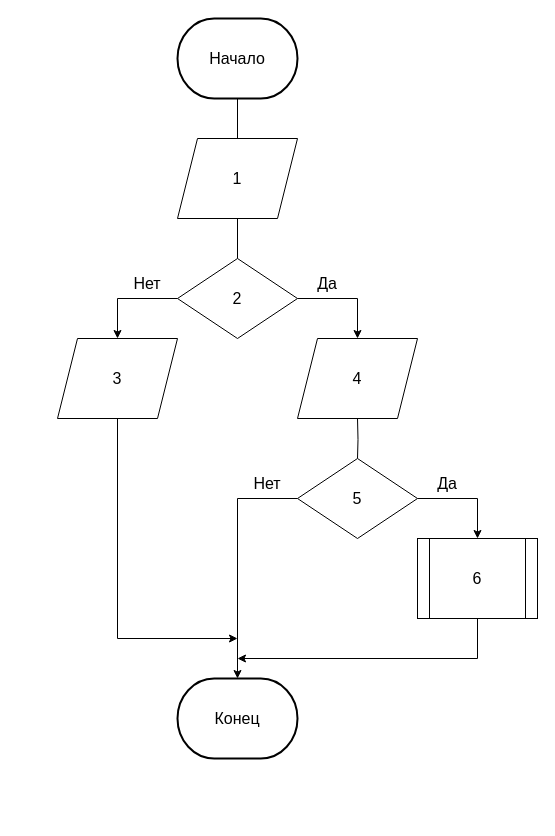
This is блок-схемы/рисунок 14.drawio from ZakharTS/kpo_course, a draw.io file, before an edit. Source tidied: cells renumbered, new cells numbered last; positions are measured from the earlier drawing's top-left corner, leaving out a move shared by most shapes. Both pictures are drawn from the tidied source at 100%, with x=0, y=0 at pixel (57, 18).
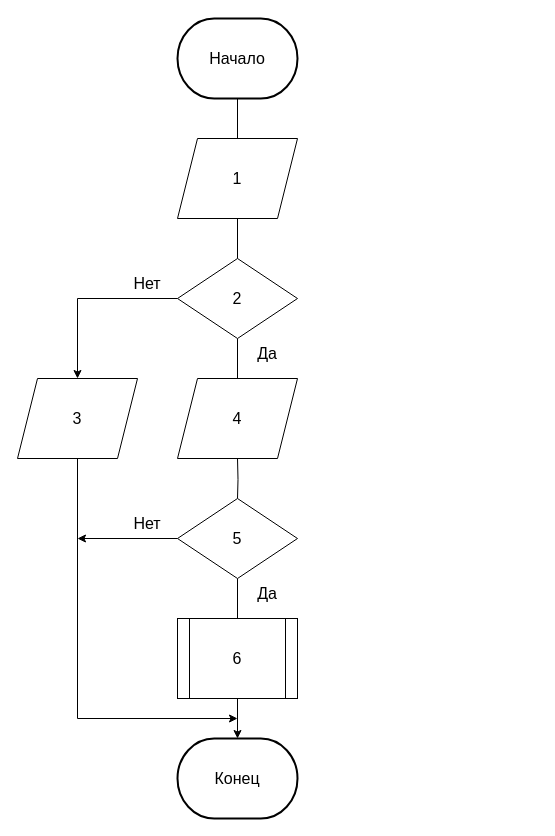
The same diagram, later.

The change refers to these unchanged cells:
```xml
<mxCell id="6" value="2" style="rhombus;whiteSpace=wrap;html=1;fontSize=16;" parent="1" vertex="1">
  <mxGeometry x="120" y="240" width="120" height="80" as="geometry" />
</mxCell>
```

The edit, as a diff of the source:
```diff
@@
-    <mxCell id="4" style="edgeStyle=orthogonalEdgeStyle;rounded=0;jettySize=auto;html=1;entryX=0.5;entryY=0;entryDx=0;entryDy=0;fontSize=16;" parent="1" edge="1" source="6">
-      <mxGeometry relative="1" as="geometry">
-        <mxPoint x="300" y="320" as="targetPoint" />
-        <Array as="points">
-          <mxPoint x="300" y="280" />
-        </Array>
-      </mxGeometry>
-    </mxCell>
-    <mxCell id="5" style="edgeStyle=orthogonalEdgeStyle;rounded=0;jettySize=auto;html=1;entryX=0.5;entryY=0;entryDx=0;entryDy=0;fontSize=16;" parent="1" edge="1" source="6">
+    <mxCell id="5" style="edgeStyle=orthogonalEdgeStyle;rounded=0;jettySize=auto;html=1;entryX=0.5;entryY=0;entryDx=0;entryDy=0;fontSize=16;" parent="1" edge="1" source="6" target="10">
       <mxGeometry relative="1" as="geometry">
-        <mxPoint x="60" y="320" as="targetPoint" />
         <Array as="points">
-          <mxPoint x="60" y="280" />
+          <mxPoint x="20" y="280" />
         </Array>
       </mxGeometry>
     </mxCell>
+    <mxCell id="23" style="edgeStyle=orthogonalEdgeStyle;rounded=0;jettySize=auto;html=1;entryX=0.5;entryY=0;entryDx=0;entryDy=0;endArrow=none;endFill=0;" parent="1" edge="1" source="6" target="22">
+      <mxGeometry relative="1" as="geometry" />
+    </mxCell>
@@
     <mxCell id="7" value="Да" style="text;html=1;strokeColor=none;fillColor=none;align=center;verticalAlign=middle;whiteSpace=wrap;rounded=0;fontSize=16;" parent="1" vertex="1">
-      <mxGeometry x="240" y="250" width="60" height="30" as="geometry" />
+      <mxGeometry x="180" y="320" width="60" height="30" as="geometry" />
     </mxCell>
@@
-    <mxCell id="9" style="edgeStyle=orthogonalEdgeStyle;rounded=0;jettySize=auto;html=1;fontSize=16;endArrow=classic;endFill=1;" parent="1" edge="1" source="10">
-      <mxGeometry relative="1" as="geometry">
-        <mxPoint x="180" y="620" as="targetPoint" />
-        <Array as="points">
-          <mxPoint x="60" y="620" />
-        </Array>
-      </mxGeometry>
-    </mxCell>
+    <mxCell id="24" style="edgeStyle=orthogonalEdgeStyle;rounded=0;jettySize=auto;html=1;endArrow=classic;endFill=1;" parent="1" edge="1" source="10">
+      <mxGeometry relative="1" as="geometry">
+        <mxPoint x="180" y="700" as="targetPoint" />
+        <Array as="points">
+          <mxPoint x="20" y="700" />
+        </Array>
+      </mxGeometry>
+    </mxCell>
     <mxCell id="10" value="3" style="shape=parallelogram;perimeter=parallelogramPerimeter;whiteSpace=wrap;html=1;fixedSize=1;fontSize=16;" parent="1" vertex="1">
-      <mxGeometry y="320" width="120" height="80" as="geometry" />
+      <mxGeometry x="-40" y="360" width="120" height="80" as="geometry" />
     </mxCell>
     <mxCell id="11" style="edgeStyle=orthogonalEdgeStyle;rounded=0;jettySize=auto;html=1;entryX=0.5;entryY=0;entryDx=0;entryDy=0;fontSize=16;endArrow=none;endFill=0;" parent="1" edge="1" target="14">
       <mxGeometry relative="1" as="geometry">
-        <mxPoint x="300" y="400" as="sourcePoint" />
+        <mxPoint x="180" y="440" as="sourcePoint" />
       </mxGeometry>
     </mxCell>
-    <mxCell id="12" style="edgeStyle=orthogonalEdgeStyle;rounded=0;jettySize=auto;html=1;entryX=0.5;entryY=0;entryDx=0;entryDy=0;fontSize=16;" parent="1" edge="1" source="14">
-      <mxGeometry relative="1" as="geometry">
-        <mxPoint x="420" y="520" as="targetPoint" />
-        <Array as="points">
-          <mxPoint x="420" y="480" />
-        </Array>
-      </mxGeometry>
-    </mxCell>
-    <mxCell id="13" style="edgeStyle=orthogonalEdgeStyle;rounded=0;jettySize=auto;html=1;entryX=0.5;entryY=0;entryDx=0;entryDy=0;entryPerimeter=0;fontSize=16;endArrow=classic;endFill=1;" parent="1" edge="1" source="14" target="19">
-      <mxGeometry relative="1" as="geometry">
-        <Array as="points">
-          <mxPoint x="180" y="480" />
-        </Array>
-      </mxGeometry>
-    </mxCell>
+    <mxCell id="25" style="edgeStyle=orthogonalEdgeStyle;rounded=0;jettySize=auto;html=1;entryX=0.5;entryY=0;entryDx=0;entryDy=0;endArrow=none;endFill=0;" parent="1" edge="1" source="14" target="18">
+      <mxGeometry relative="1" as="geometry" />
+    </mxCell>
+    <mxCell id="26" style="edgeStyle=orthogonalEdgeStyle;rounded=0;jettySize=auto;html=1;endArrow=classic;endFill=1;" parent="1" edge="1" source="14">
+      <mxGeometry relative="1" as="geometry">
+        <mxPoint x="20" y="520" as="targetPoint" />
+      </mxGeometry>
+    </mxCell>
     <mxCell id="14" value="5" style="rhombus;whiteSpace=wrap;html=1;fontSize=16;" parent="1" vertex="1">
-      <mxGeometry x="240" y="440" width="120" height="80" as="geometry" />
+      <mxGeometry x="120" y="480" width="120" height="80" as="geometry" />
     </mxCell>
     <mxCell id="15" value="Да" style="text;html=1;strokeColor=none;fillColor=none;align=center;verticalAlign=middle;whiteSpace=wrap;rounded=0;fontSize=16;" parent="1" vertex="1">
-      <mxGeometry x="360" y="450" width="60" height="30" as="geometry" />
+      <mxGeometry x="180" y="560" width="60" height="30" as="geometry" />
     </mxCell>
     <mxCell id="16" value="Нет" style="text;html=1;strokeColor=none;fillColor=none;align=center;verticalAlign=middle;whiteSpace=wrap;rounded=0;fontSize=16;" parent="1" vertex="1">
-      <mxGeometry x="180" y="450" width="60" height="30" as="geometry" />
+      <mxGeometry x="60" y="490" width="60" height="30" as="geometry" />
     </mxCell>
-    <mxCell id="17" style="edgeStyle=orthogonalEdgeStyle;rounded=0;jettySize=auto;html=1;fontSize=16;endArrow=classic;endFill=1;" parent="1" edge="1" source="18">
-      <mxGeometry relative="1" as="geometry">
-        <mxPoint x="180" y="640" as="targetPoint" />
-        <Array as="points">
-          <mxPoint x="420" y="640" />
-        </Array>
-      </mxGeometry>
-    </mxCell>
+    <mxCell id="27" style="edgeStyle=orthogonalEdgeStyle;rounded=0;jettySize=auto;html=1;entryX=0.5;entryY=0;entryDx=0;entryDy=0;entryPerimeter=0;endArrow=classic;endFill=1;" parent="1" edge="1" source="18" target="19">
+      <mxGeometry relative="1" as="geometry" />
+    </mxCell>
     <mxCell id="18" value="6" style="shape=process;whiteSpace=wrap;html=1;backgroundOutline=1;fontSize=16;" parent="1" vertex="1">
-      <mxGeometry x="360" y="520" width="120" height="80" as="geometry" />
+      <mxGeometry x="120" y="600" width="120" height="80" as="geometry" />
     </mxCell>
     <mxCell id="19" value="&lt;font style=&quot;font-size: 16px;&quot;&gt;Конец&lt;/font&gt;" style="strokeWidth=2;html=1;shape=mxgraph.flowchart.terminator;whiteSpace=wrap;" parent="1" vertex="1">
-      <mxGeometry x="120" y="660" width="120" height="80" as="geometry" />
+      <mxGeometry x="120" y="720" width="120" height="80" as="geometry" />
     </mxCell>
@@
     <mxCell id="22" value="4" style="shape=parallelogram;perimeter=parallelogramPerimeter;whiteSpace=wrap;html=1;fixedSize=1;fontSize=16;" parent="1" vertex="1">
-      <mxGeometry x="240" y="320" width="120" height="80" as="geometry" />
+      <mxGeometry x="120" y="360" width="120" height="80" as="geometry" />
     </mxCell>
```
